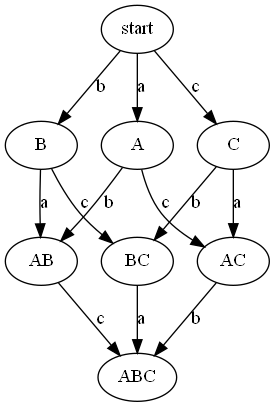
Above: examples/BTI SP WF/SP WF generated BTI and CPI.dot.png in WilliamArnone/Tallulah (Graphviz), before the change. Its source is kept beside it as examples/BTI SP WF/SP WF generated BTI and CPI.dot.
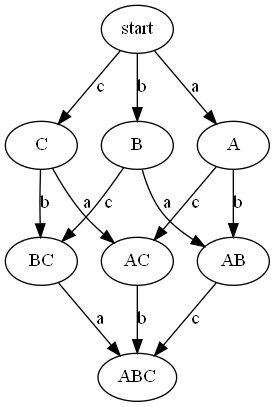
Above is the later version.

Change to the diagram source:
```diff
@@ -1,52 +1,40 @@
 digraph G {
+	"start" -> "C" [label="c"]
+	"start" -> "B" [label="b"]
 	"start" -> "A" [label="a"]
-	"start" -> "B" [label="b"]
-	"start" -> "C" [label="c"]
-	"BC" -> "ABC" [label="a"]
+	"C" -> "AC" [label="a"]
+	"C" -> "BC" [label="b"]
+	"B" -> "AB" [label="a"]
+	"B" -> "BC" [label="c"]
 	"AB" -> "ABC" [label="c"]
 	"A" -> "AB" [label="b"]
 	"A" -> "AC" [label="c"]
-	"B" -> "BC" [label="c"]
-	"B" -> "AB" [label="a"]
-	"C" -> "BC" [label="b"]
-	"C" -> "AC" [label="a"]
 	"AC" -> "ABC" [label="b"]
+	"BC" -> "ABC" [label="a"]
 }
  /*
-	<A -a-> start / >A -b-> AB
-	<C -c-> start / >C -b-> BC
-	>start -b-> B / >start -c-> C
-	<ABC -c-> AB / <ABC -a-> BC
-	<ABC -b-> AC / <ABC -a-> BC
-	<BC -c-> B / <BC -b-> C
-	>A -c-> AC / >A -b-> AB
-	<AB -b-> A / <AB -a-> B
-	<ABC -a-> BC / <ABC -b-> AC
-	<ABC -c-> AB / <ABC -b-> AC
-	<AC -a-> C / >AC -b-> ABC
-	>start -a-> A / >start -b-> B
-	>C -a-> AC / >C -b-> BC
-	<AC -c-> A / <AC -a-> C
-	>B -c-> BC / >B -a-> AB
-	>A -b-> AB / >A -c-> AC
-	<AB -a-> B / >AB -c-> ABC
-	<ABC -a-> BC / <ABC -c-> AB
-	<B -b-> start / >B -c-> BC
-	>start -a-> A / >start -c-> C
-	<ABC -b-> AC / <ABC -c-> AB
-	<BC -b-> C / >BC -a-> ABC
-	<B -b-> start / >B -a-> AB
-	<C -c-> start / >C -a-> AC
-	<AC -c-> A / >AC -b-> ABC
-	<A -a-> start / >A -c-> AC
-	<AB -b-> A / >AB -c-> ABC
-	>start -c-> C / >start -a-> A
-	<BC -b-> C / <BC -c-> B
-	>C -b-> BC / >C -a-> AC
-	>start -b-> B / >start -a-> A
-	>start -c-> C / >start -b-> B
-	<BC -c-> B / >BC -a-> ABC
-	>B -a-> AB / >B -c-> BC
-	<AC -a-> C / <AC -c-> A
-	<AB -a-> B / <AB -b-> A
+	> B -c-> BC / < B -b-> start
+	> A -b-> AB / < A -a-> start
+	> C -a-> AC / < C -c-> start
+	> start -c-> C / > start -a-> A
+	> BC -a-> ABC / < BC -b-> C
+	> AC -b-> ABC / < AC -a-> C
+	> AC -b-> ABC / < AC -c-> A
+	< ABC -a-> BC / < ABC -b-> AC
+	< ABC -a-> BC / < ABC -c-> AB
+	> AB -c-> ABC / < AB -a-> B
+	> B -a-> AB / > B -c-> BC
+	> A -c-> AC / < A -a-> start
+	> start -c-> C / > start -b-> B
+	> AB -c-> ABC / < AB -b-> A
+	< ABC -b-> AC / < ABC -c-> AB
+	> C -a-> AC / > C -b-> BC
+	> B -a-> AB / < B -b-> start
+	< AC -a-> C / < AC -c-> A
+	> start -a-> A / > start -b-> B
+	> BC -a-> ABC / < BC -c-> B
+	< BC -c-> B / < BC -b-> C
+	< AB -a-> B / < AB -b-> A
+	> C -b-> BC / < C -c-> start
+	> A -b-> AB / > A -c-> AC
 */
```
